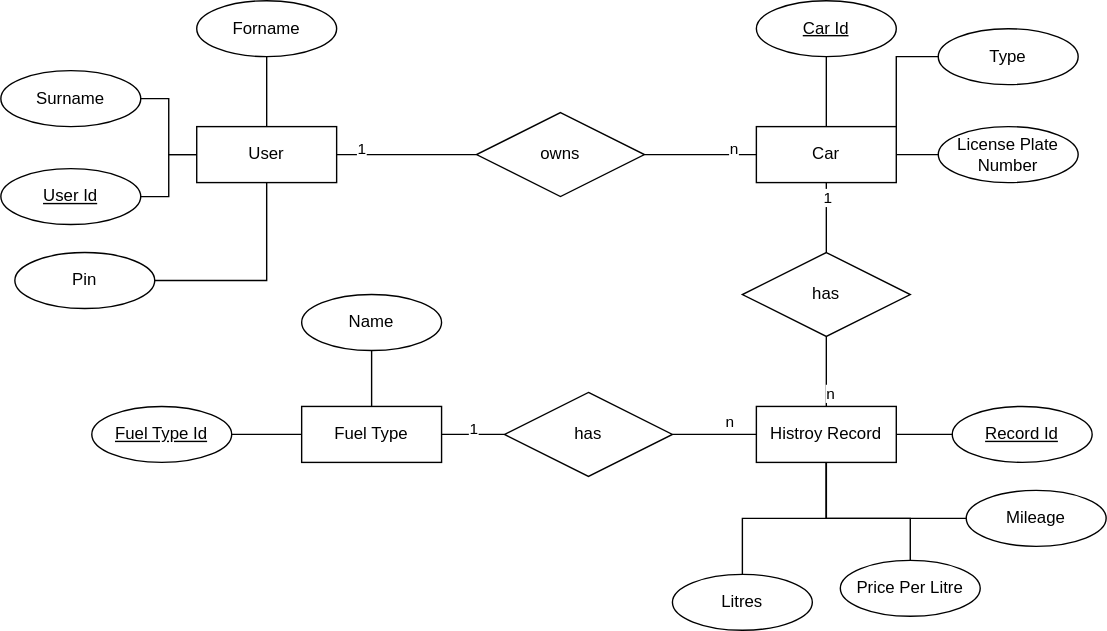
The draw.io diagram docs/assets/images/er-diagram.drawio.svg in SQS-THRO/Tanker24, before a commit. Source tidied: cells renumbered, new cells last; positions are measured from the earlier drawing's top-left corner, leaving out a move shared by most shapes.
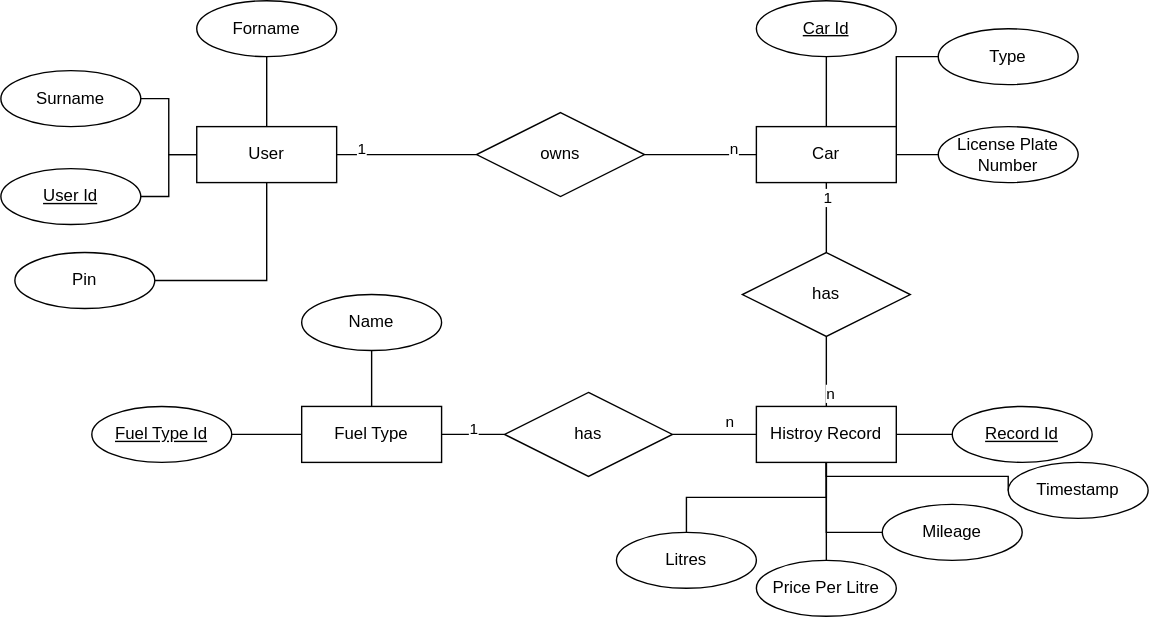
The same diagram one commit later.

Commit message:
added timestamp to er diagram and changed relative path in index.md

Change to the diagram source:
```diff
@@ -129,24 +129,34 @@
       <mxGeometry relative="1" as="geometry" />
     </mxCell>
     <mxCell id="42" value="Litres" style="ellipse;whiteSpace=wrap;html=1;align=center;" parent="1" vertex="1">
-      <mxGeometry x="480" y="410" width="100" height="40" as="geometry" />
+      <mxGeometry x="440" y="380" width="100" height="40" as="geometry" />
     </mxCell>
     <mxCell id="43" style="edgeStyle=orthogonalEdgeStyle;rounded=0;jettySize=auto;html=1;endArrow=none;endFill=0;exitX=0.5;exitY=0;exitDx=0;exitDy=0;" parent="1" edge="1" source="44" target="23">
       <mxGeometry relative="1" as="geometry">
         <Array as="points">
-          <mxPoint x="650" y="370" />
-          <mxPoint x="590" y="370" />
+          <mxPoint x="590" y="380" />
+          <mxPoint x="590" y="380" />
         </Array>
       </mxGeometry>
     </mxCell>
     <mxCell id="44" value="Price Per Litre" style="ellipse;whiteSpace=wrap;html=1;align=center;" parent="1" vertex="1">
-      <mxGeometry x="600" y="400" width="100" height="40" as="geometry" />
+      <mxGeometry x="540" y="400" width="100" height="40" as="geometry" />
     </mxCell>
-    <mxCell id="45" style="edgeStyle=orthogonalEdgeStyle;rounded=0;jettySize=auto;html=1;endArrow=none;endFill=0;" parent="1" edge="1" source="46" target="23">
+    <mxCell id="45" style="edgeStyle=orthogonalEdgeStyle;rounded=0;jettySize=auto;html=1;endArrow=none;endFill=0;exitX=0;exitY=0.5;exitDx=0;exitDy=0;" parent="1" edge="1" source="46" target="23">
       <mxGeometry relative="1" as="geometry" />
     </mxCell>
     <mxCell id="46" value="Mileage" style="ellipse;whiteSpace=wrap;html=1;align=center;" parent="1" vertex="1">
-      <mxGeometry x="690" y="350" width="100" height="40" as="geometry" />
+      <mxGeometry x="630" y="360" width="100" height="40" as="geometry" />
     </mxCell>
+    <mxCell id="47" style="edgeStyle=orthogonalEdgeStyle;rounded=0;jettySize=auto;html=1;exitX=0;exitY=0.5;exitDx=0;exitDy=0;endArrow=none;endFill=0;" parent="1" edge="1" source="48" target="23">
+      <mxGeometry relative="1" as="geometry">
+        <Array as="points">
+          <mxPoint x="590" y="340" />
+        </Array>
+      </mxGeometry>
+    </mxCell>
+    <mxCell id="48" value="Timestamp" style="ellipse;whiteSpace=wrap;html=1;align=center;" parent="1" vertex="1">
+      <mxGeometry x="720" y="330" width="100" height="40" as="geometry" />
+    </mxCell>
   </root>
 </mxGraphModel>
```
